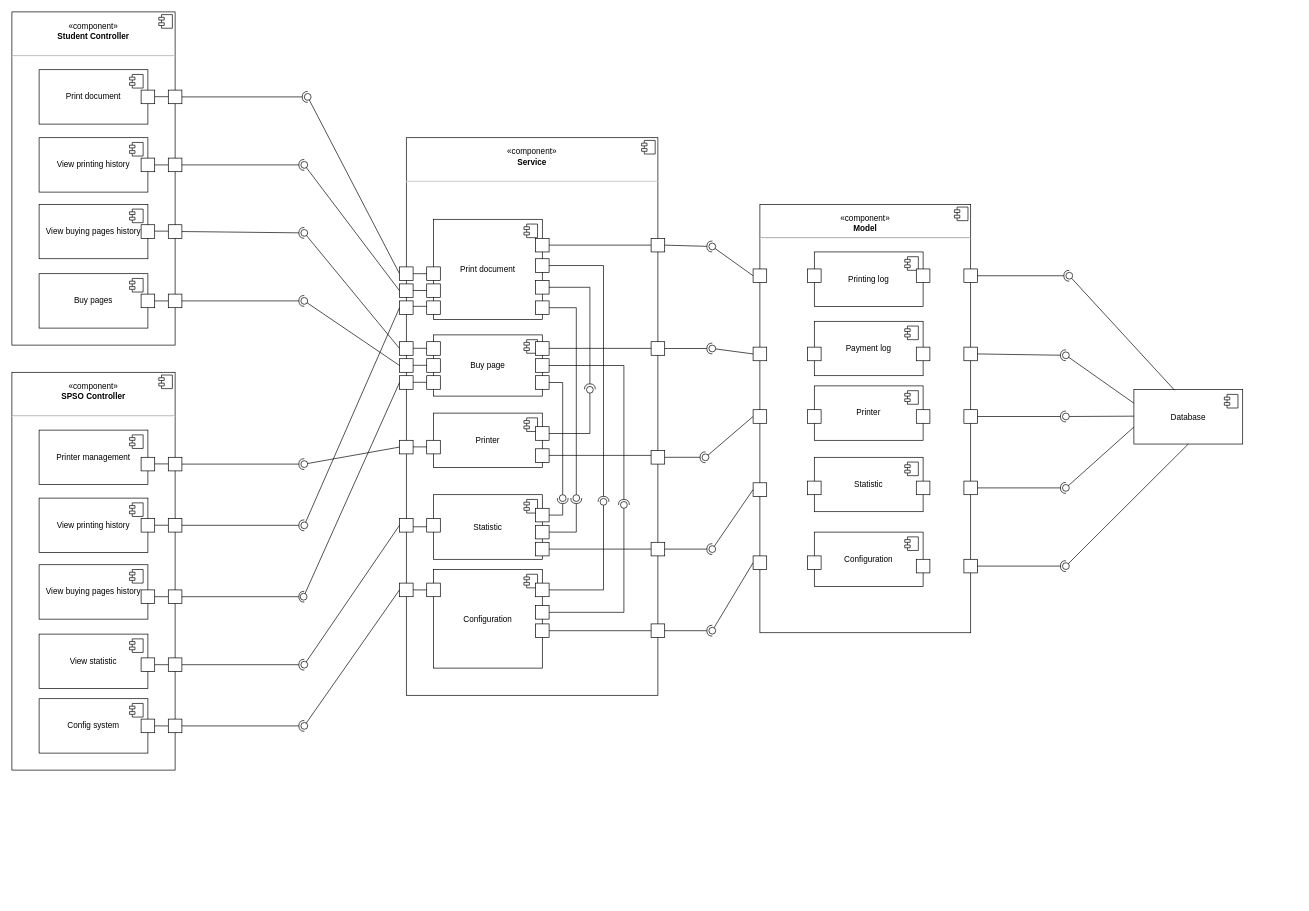
pnv2003/hcmut-ssps keeps this draw.io diagram as page "component" (7 of 8) of diagram.drawio. Above is the earlier version. Source tidied: cells renumbered, new cells numbered last; positions are measured from the earlier drawing's top-left corner, leaving out a move shared by most shapes. Both pictures are drawn from the tidied source at 68%, with x=0, y=0 at pixel (12, 12).
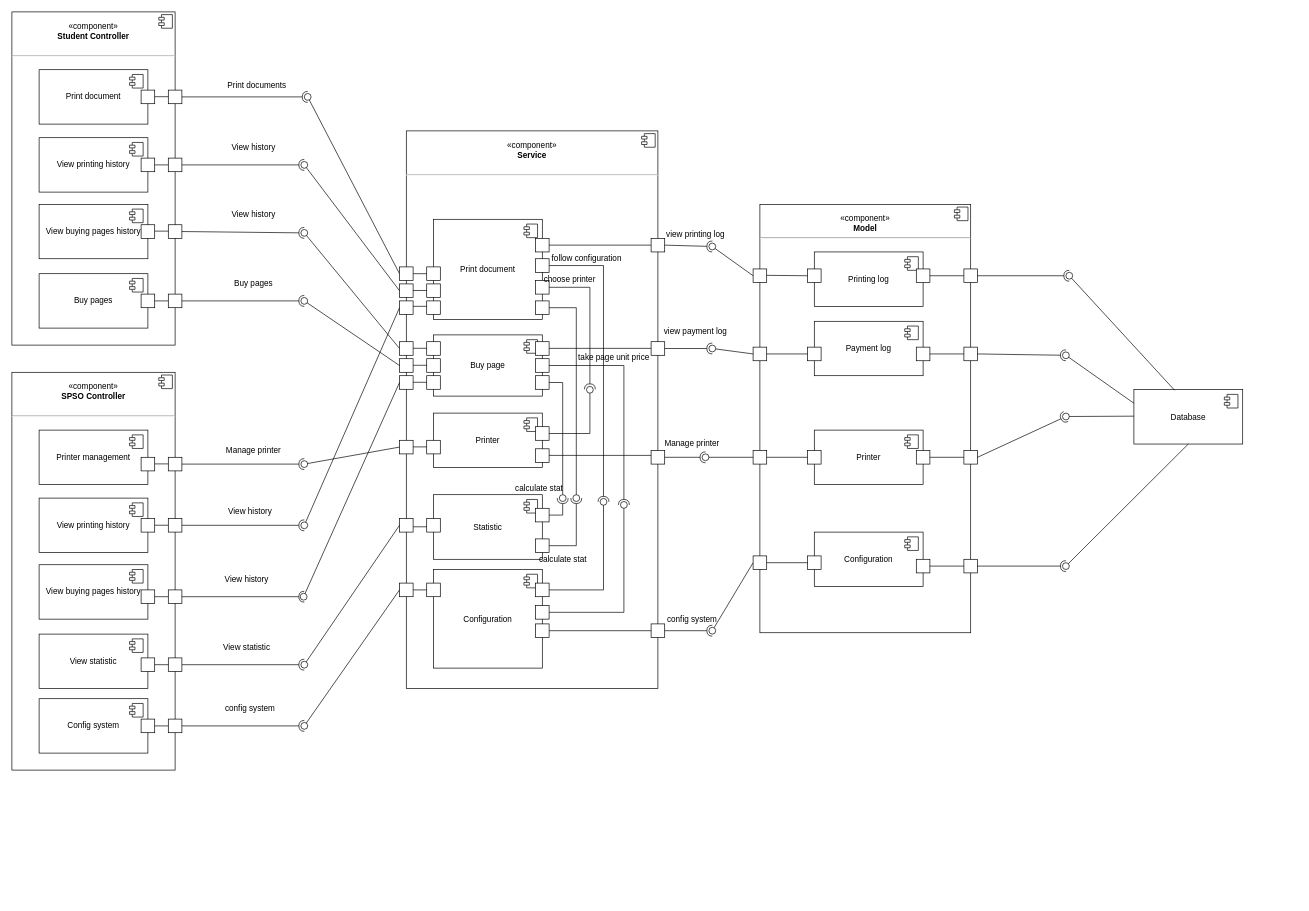
The same page after the edit.

Unchanged cells that the change refers to:
```xml
<mxCell id="132" style="whiteSpace=wrap;html=1;" parent="1" vertex="1">
  <mxGeometry x="1170" y="378" width="20" height="20" as="geometry" />
</mxCell>
<mxCell id="144" style="whiteSpace=wrap;html=1;" parent="1" vertex="1">
  <mxGeometry x="1090" y="800" width="20" height="20" as="geometry" />
</mxCell>
<mxCell id="149" style="whiteSpace=wrap;html=1;" parent="1" vertex="1">
  <mxGeometry x="1090" y="493" width="20" height="20" as="geometry" />
</mxCell>
<mxCell id="154" style="whiteSpace=wrap;html=1;" parent="1" vertex="1">
  <mxGeometry x="1170" y="493" width="20" height="20" as="geometry" />
</mxCell>
<mxCell id="157" style="whiteSpace=wrap;html=1;" parent="1" vertex="1">
  <mxGeometry x="1170" y="800" width="20" height="20" as="geometry" />
</mxCell>
<mxCell id="160" style="whiteSpace=wrap;html=1;" parent="1" vertex="1">
  <mxGeometry x="1330" y="378" width="20" height="20" as="geometry" />
</mxCell>
<mxCell id="161" style="whiteSpace=wrap;html=1;" parent="1" vertex="1">
  <mxGeometry x="1330" y="493" width="20" height="20" as="geometry" />
</mxCell>
<mxCell id="165" style="whiteSpace=wrap;html=1;" parent="1" vertex="1">
  <mxGeometry x="1400" y="805" width="20" height="20" as="geometry" />
</mxCell>
<mxCell id="168" style="whiteSpace=wrap;html=1;" parent="1" vertex="1">
  <mxGeometry x="1400" y="493" width="20" height="20" as="geometry" />
</mxCell>
<mxCell id="169" style="whiteSpace=wrap;html=1;" parent="1" vertex="1">
  <mxGeometry x="1400" y="378" width="20" height="20" as="geometry" />
</mxCell>
```

The edit, as a diff of the source:
```diff
@@
     <mxCell id="23" value="&lt;div style=&quot;text-align: center;&quot;&gt;&lt;span style=&quot;background-color: initial;&quot;&gt;&lt;br&gt;&lt;/span&gt;&lt;/div&gt;&lt;div style=&quot;text-align: center;&quot;&gt;&lt;span style=&quot;background-color: initial;&quot;&gt;«component»&lt;/span&gt;&lt;/div&gt;&lt;div style=&quot;text-align: center;&quot;&gt;&lt;b style=&quot;background-color: initial;&quot;&gt;Service&lt;/b&gt;&lt;/div&gt;&lt;div style=&quot;text-align: center;&quot;&gt;&lt;b style=&quot;background-color: initial;&quot;&gt;&lt;br&gt;&lt;/b&gt;&lt;/div&gt;&lt;hr style=&quot;text-align: center;&quot;&gt;&lt;p style=&quot;text-align: center; margin: 0px 0px 0px 8px;&quot;&gt;&lt;br&gt;&lt;/p&gt;" style="align=left;overflow=fill;html=1;whiteSpace=wrap;" parent="1" vertex="1">
-      <mxGeometry x="580" y="185" width="370" height="820" as="geometry" />
+      <mxGeometry x="580" y="175" width="370" height="820" as="geometry" />
     </mxCell>
@@
     <mxCell id="93" style="whiteSpace=wrap;html=1;" parent="1" vertex="1">
-      <mxGeometry x="770" y="755" width="20" height="20" as="geometry" />
+      <mxGeometry x="770" y="775" width="20" height="20" as="geometry" />
     </mxCell>
@@
     <mxCell id="103" style="rounded=0;jettySize=auto;html=1;endArrow=halfCircle;endFill=0;endSize=6;strokeWidth=1;sketch=0;exitX=1;exitY=0.5;exitDx=0;exitDy=0;" parent="1" edge="1" source="93">
       <mxGeometry relative="1" as="geometry">
         <mxPoint x="830" y="715" as="targetPoint" />
         <Array as="points">
-          <mxPoint x="830" y="765" />
+          <mxPoint x="830" y="785" />
         </Array>
       </mxGeometry>
     </mxCell>
@@
     <mxCell id="116" value="Printer" style="html=1;whiteSpace=wrap;" parent="1" vertex="1">
-      <mxGeometry x="1180" y="550" width="160" height="80" as="geometry" />
+      <mxGeometry x="1180" y="615" width="160" height="80" as="geometry" />
     </mxCell>
@@
-    <mxCell id="118" value="Statistic" style="html=1;whiteSpace=wrap;" parent="1" vertex="1">
-      <mxGeometry x="1180" y="655" width="160" height="80" as="geometry" />
-    </mxCell>
-    <mxCell id="119" style="shape=module;jettyWidth=8;jettyHeight=4;" parent="118" vertex="1">
-      <mxGeometry x="1" width="20" height="20" relative="1" as="geometry">
-        <mxPoint x="-27" y="7" as="offset" />
-      </mxGeometry>
-    </mxCell>
@@
     <mxCell id="140" style="whiteSpace=wrap;html=1;" parent="1" vertex="1">
-      <mxGeometry x="1090" y="585" width="20" height="20" as="geometry" />
+      <mxGeometry x="1090" y="645" width="20" height="20" as="geometry" />
     </mxCell>
@@
-    <mxCell id="143" style="whiteSpace=wrap;html=1;" parent="1" vertex="1">
-      <mxGeometry x="1090" y="692.5" width="20" height="20" as="geometry" />
-    </mxCell>
@@
-    <mxCell id="145" style="whiteSpace=wrap;html=1;" parent="1" vertex="1">
-      <mxGeometry x="940" y="780" width="20" height="20" as="geometry" />
-    </mxCell>
-    <mxCell id="146" style="whiteSpace=wrap;html=1;" parent="1" vertex="1">
-      <mxGeometry x="770" y="780" width="20" height="20" as="geometry" />
-    </mxCell>
-    <mxCell id="147" style="rounded=0;jettySize=auto;html=1;endArrow=halfCircle;endFill=0;endSize=6;strokeWidth=1;sketch=0;exitX=1;exitY=0.5;exitDx=0;exitDy=0;" parent="1" edge="1" source="145">
-      <mxGeometry relative="1" as="geometry">
-        <mxPoint x="1030" y="790" as="targetPoint" />
-      </mxGeometry>
-    </mxCell>
-    <mxCell id="148" style="rounded=0;jettySize=auto;html=1;endArrow=oval;endFill=0;sketch=0;sourcePerimeterSpacing=0;targetPerimeterSpacing=0;endSize=10;exitX=0;exitY=0.5;exitDx=0;exitDy=0;" parent="1" edge="1" source="143">
-      <mxGeometry relative="1" as="geometry">
-        <mxPoint x="1030" y="790" as="targetPoint" />
-      </mxGeometry>
-    </mxCell>
@@
     <mxCell id="155" style="whiteSpace=wrap;html=1;" parent="1" vertex="1">
-      <mxGeometry x="1170" y="585" width="20" height="20" as="geometry" />
+      <mxGeometry x="1170" y="645" width="20" height="20" as="geometry" />
     </mxCell>
-    <mxCell id="156" style="whiteSpace=wrap;html=1;" parent="1" vertex="1">
-      <mxGeometry x="1170" y="690" width="20" height="20" as="geometry" />
-    </mxCell>
@@
     <mxCell id="162" style="whiteSpace=wrap;html=1;" parent="1" vertex="1">
-      <mxGeometry x="1330" y="585" width="20" height="20" as="geometry" />
+      <mxGeometry x="1330" y="645" width="20" height="20" as="geometry" />
     </mxCell>
-    <mxCell id="163" style="whiteSpace=wrap;html=1;" parent="1" vertex="1">
-      <mxGeometry x="1330" y="690" width="20" height="20" as="geometry" />
-    </mxCell>
@@
-    <mxCell id="166" style="whiteSpace=wrap;html=1;" parent="1" vertex="1">
-      <mxGeometry x="1400" y="690" width="20" height="20" as="geometry" />
-    </mxCell>
     <mxCell id="167" style="whiteSpace=wrap;html=1;" parent="1" vertex="1">
-      <mxGeometry x="1400" y="585" width="20" height="20" as="geometry" />
+      <mxGeometry x="1400" y="645" width="20" height="20" as="geometry" />
     </mxCell>
@@
-    <mxCell id="177" style="rounded=0;jettySize=auto;html=1;endArrow=halfCircle;endFill=0;endSize=6;strokeWidth=1;sketch=0;exitX=1;exitY=0.5;exitDx=0;exitDy=0;" parent="1" edge="1" source="166">
-      <mxGeometry relative="1" as="geometry">
-        <mxPoint x="1550" y="700" as="targetPoint" />
-      </mxGeometry>
-    </mxCell>
-    <mxCell id="178" style="rounded=0;orthogonalLoop=1;jettySize=auto;html=1;endArrow=oval;endFill=0;sketch=0;sourcePerimeterSpacing=0;targetPerimeterSpacing=0;endSize=10;exitX=0;exitY=0.75;exitDx=0;exitDy=0;" parent="1" edge="1">
-      <mxGeometry relative="1" as="geometry">
-        <mxPoint x="1650" y="610.5" as="sourcePoint" />
-        <mxPoint x="1550" y="700" as="targetPoint" />
-      </mxGeometry>
-    </mxCell>
@@
-    <mxCell id="201" style="endArrow=none;html=1;rounded=0;entryX=1;entryY=0.5;entryDx=0;entryDy=0;exitX=0;exitY=0.5;exitDx=0;exitDy=0;" parent="1" edge="1">
-      <mxGeometry relative="1" as="geometry">
-        <mxPoint x="940" y="790" as="sourcePoint" />
-        <mxPoint x="790" y="790" as="targetPoint" />
-      </mxGeometry>
-    </mxCell>
@@
+    <mxCell id="206" style="endArrow=none;html=1;rounded=0;entryX=1;entryY=0.5;entryDx=0;entryDy=0;exitX=0;exitY=0.5;exitDx=0;exitDy=0;" parent="1" edge="1" source="132">
+      <mxGeometry relative="1" as="geometry">
+        <mxPoint x="1110" y="387.4" as="targetPoint" />
+      </mxGeometry>
+    </mxCell>
+    <mxCell id="207" style="endArrow=none;html=1;rounded=0;entryX=1;entryY=0.5;entryDx=0;entryDy=0;exitX=0;exitY=0.5;exitDx=0;exitDy=0;" parent="1" edge="1" source="154" target="149">
+      <mxGeometry relative="1" as="geometry" />
+    </mxCell>
+    <mxCell id="208" style="endArrow=none;html=1;rounded=0;entryX=1;entryY=0.5;entryDx=0;entryDy=0;exitX=0;exitY=0.5;exitDx=0;exitDy=0;" parent="1" edge="1" source="155" target="140">
+      <mxGeometry relative="1" as="geometry" />
+    </mxCell>
+    <mxCell id="209" style="endArrow=none;html=1;rounded=0;entryX=1;entryY=0.5;entryDx=0;entryDy=0;exitX=0;exitY=0.5;exitDx=0;exitDy=0;" parent="1" edge="1" source="157" target="144">
+      <mxGeometry relative="1" as="geometry" />
+    </mxCell>
+    <mxCell id="210" style="endArrow=none;html=1;rounded=0;exitX=0;exitY=0.5;exitDx=0;exitDy=0;" parent="1" edge="1" source="165">
+      <mxGeometry relative="1" as="geometry">
+        <mxPoint x="1350" y="815" as="targetPoint" />
+      </mxGeometry>
+    </mxCell>
+    <mxCell id="211" style="endArrow=none;html=1;rounded=0;exitX=0;exitY=0.5;exitDx=0;exitDy=0;entryX=1;entryY=0.5;entryDx=0;entryDy=0;" parent="1" edge="1" source="167" target="162">
+      <mxGeometry relative="1" as="geometry" />
+    </mxCell>
+    <mxCell id="212" style="endArrow=none;html=1;rounded=0;exitX=0;exitY=0.5;exitDx=0;exitDy=0;entryX=1;entryY=0.5;entryDx=0;entryDy=0;" parent="1" edge="1" source="168" target="161">
+      <mxGeometry relative="1" as="geometry" />
+    </mxCell>
+    <mxCell id="213" style="endArrow=none;html=1;rounded=0;exitX=0;exitY=0.5;exitDx=0;exitDy=0;entryX=1;entryY=0.5;entryDx=0;entryDy=0;" parent="1" edge="1" source="169" target="160">
+      <mxGeometry relative="1" as="geometry" />
+    </mxCell>
+    <mxCell id="214" value="Print documents" style="text;html=1;align=center;verticalAlign=middle;strokeColor=none;fillColor=none;" parent="1" vertex="1">
+      <mxGeometry x="305" y="93" width="110" height="30" as="geometry" />
+    </mxCell>
+    <mxCell id="215" value="View history" style="text;html=1;align=center;verticalAlign=middle;strokeColor=none;fillColor=none;" parent="1" vertex="1">
+      <mxGeometry x="310" y="185" width="90" height="30" as="geometry" />
+    </mxCell>
+    <mxCell id="216" value="View history" style="text;html=1;align=center;verticalAlign=middle;strokeColor=none;fillColor=none;" parent="1" vertex="1">
+      <mxGeometry x="310" y="283" width="90" height="30" as="geometry" />
+    </mxCell>
+    <mxCell id="217" value="Buy pages" style="text;html=1;align=center;verticalAlign=middle;strokeColor=none;fillColor=none;" parent="1" vertex="1">
+      <mxGeometry x="315" y="385" width="80" height="30" as="geometry" />
+    </mxCell>
+    <mxCell id="218" value="Manage printer" style="text;html=1;align=center;verticalAlign=middle;strokeColor=none;fillColor=none;" parent="1" vertex="1">
+      <mxGeometry x="305" y="630" width="100" height="30" as="geometry" />
+    </mxCell>
+    <mxCell id="219" value="View history" style="text;html=1;align=center;verticalAlign=middle;strokeColor=none;fillColor=none;" parent="1" vertex="1">
+      <mxGeometry x="305" y="720" width="90" height="30" as="geometry" />
+    </mxCell>
+    <mxCell id="220" value="View history" style="text;html=1;align=center;verticalAlign=middle;strokeColor=none;fillColor=none;" parent="1" vertex="1">
+      <mxGeometry x="300" y="820" width="90" height="30" as="geometry" />
+    </mxCell>
+    <mxCell id="221" value="View statistic" style="text;html=1;align=center;verticalAlign=middle;strokeColor=none;fillColor=none;" parent="1" vertex="1">
+      <mxGeometry x="300" y="920" width="90" height="30" as="geometry" />
+    </mxCell>
+    <mxCell id="222" value="config system" style="text;html=1;align=center;verticalAlign=middle;strokeColor=none;fillColor=none;" parent="1" vertex="1">
+      <mxGeometry x="300" y="1010" width="100" height="30" as="geometry" />
+    </mxCell>
+    <mxCell id="223" value="view printing log" style="text;html=1;align=center;verticalAlign=middle;strokeColor=none;fillColor=none;" parent="1" vertex="1">
+      <mxGeometry x="950" y="313" width="110" height="30" as="geometry" />
+    </mxCell>
+    <mxCell id="224" value="view payment log" style="text;html=1;align=center;verticalAlign=middle;strokeColor=none;fillColor=none;" parent="1" vertex="1">
+      <mxGeometry x="945" y="455" width="120" height="30" as="geometry" />
+    </mxCell>
+    <mxCell id="225" value="Manage printer" style="text;html=1;align=center;verticalAlign=middle;strokeColor=none;fillColor=none;" parent="1" vertex="1">
+      <mxGeometry x="950" y="620" width="100" height="30" as="geometry" />
+    </mxCell>
+    <mxCell id="226" value="config system" style="text;html=1;align=center;verticalAlign=middle;strokeColor=none;fillColor=none;" parent="1" vertex="1">
+      <mxGeometry x="950" y="877.5" width="100" height="30" as="geometry" />
+    </mxCell>
+    <mxCell id="227" value="follow configuration" style="text;html=1;align=center;verticalAlign=middle;strokeColor=none;fillColor=none;" parent="1" vertex="1">
+      <mxGeometry x="780" y="348" width="130" height="30" as="geometry" />
+    </mxCell>
+    <mxCell id="228" value="calculate stat" style="text;html=1;align=center;verticalAlign=middle;strokeColor=none;fillColor=none;" parent="1" vertex="1">
+      <mxGeometry x="765" y="790" width="90" height="30" as="geometry" />
+    </mxCell>
+    <mxCell id="229" value="calculate stat" style="text;html=1;align=center;verticalAlign=middle;strokeColor=none;fillColor=none;" parent="1" vertex="1">
+      <mxGeometry x="730" y="685.5" width="90" height="30" as="geometry" />
+    </mxCell>
+    <mxCell id="230" value="choose printer" style="text;html=1;align=center;verticalAlign=middle;strokeColor=none;fillColor=none;" parent="1" vertex="1">
+      <mxGeometry x="770" y="378" width="100" height="30" as="geometry" />
+    </mxCell>
+    <mxCell id="231" value="take page unit price" style="text;html=1;align=center;verticalAlign=middle;strokeColor=none;fillColor=none;" parent="1" vertex="1">
+      <mxGeometry x="820" y="493" width="130" height="30" as="geometry" />
+    </mxCell>
```
